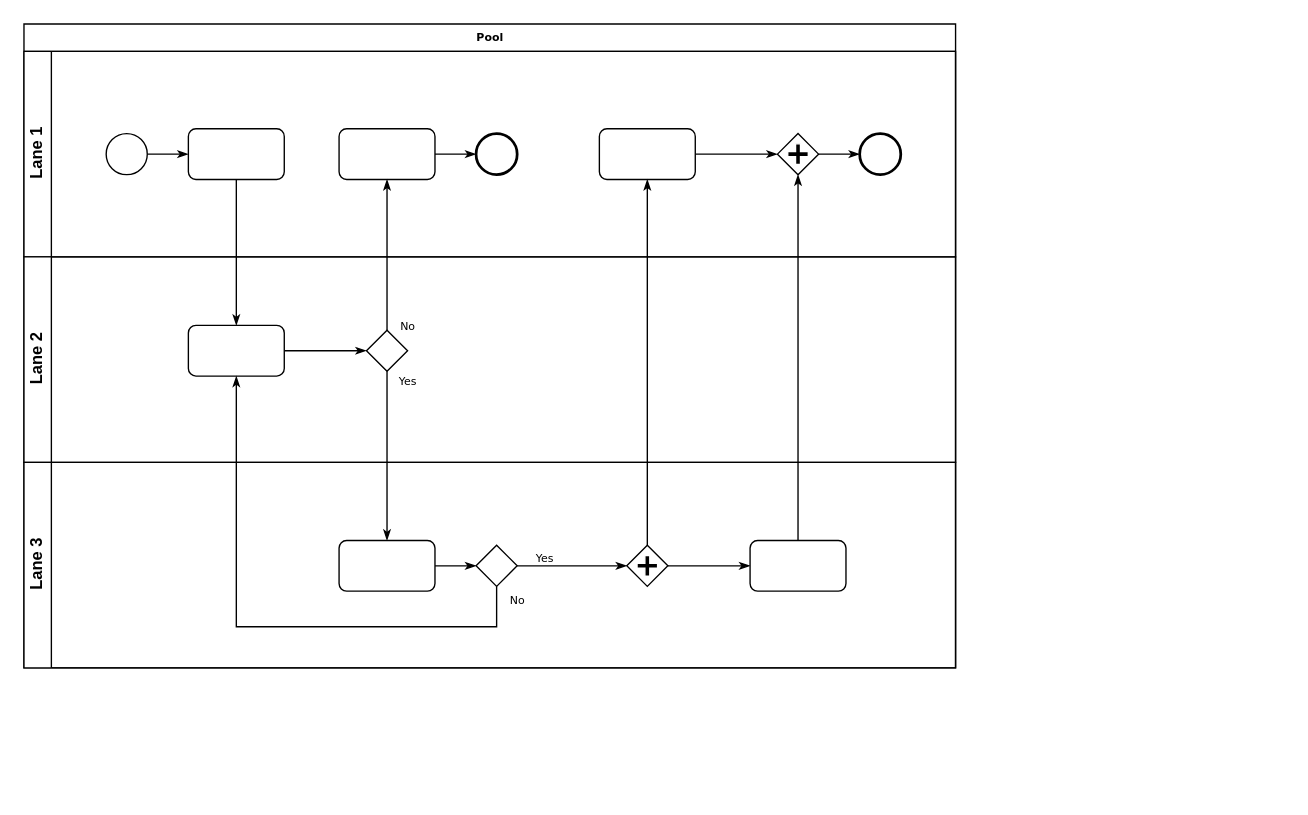
Above: ServiceOperation.drawio in baptistafabricio87/GGTI (draw.io), before the change. Source tidied: cells renumbered, new cells numbered last; positions are measured from the earlier drawing's top-left corner, leaving out a move shared by most shapes. Both pictures are drawn from the tidied source at 137%, with x=0, y=0 at pixel (23, 23).
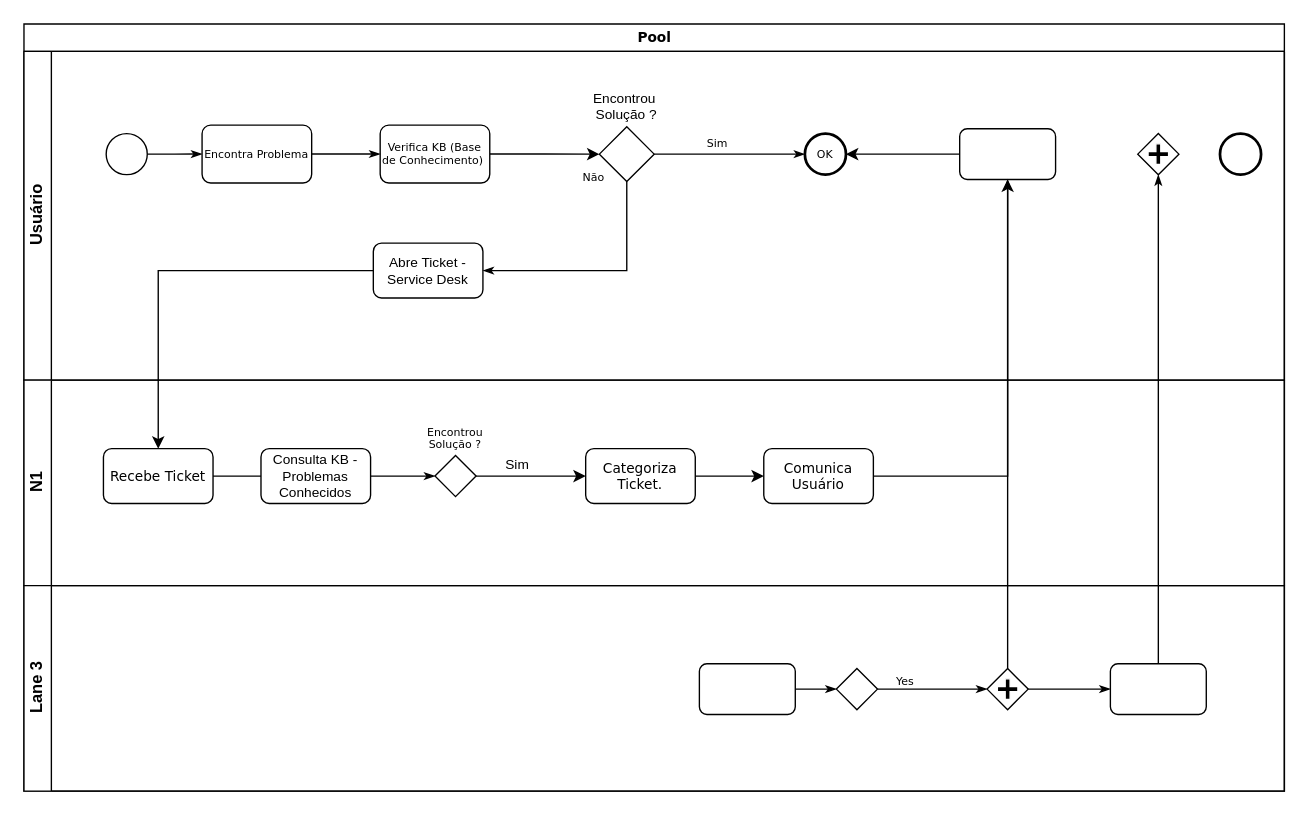
The same diagram, later.

Change to the diagram source:
```diff
@@
-    <mxCell id="2" value="Pool" style="swimlane;html=1;horizontal=1;startSize=20;rounded=0;shadow=0;labelBackgroundColor=none;strokeWidth=1;fontFamily=Verdana;fontSize=8;align=center;" parent="1" vertex="1">
-      <mxGeometry width="680" height="470" as="geometry" />
+    <mxCell id="2" value="Pool" style="swimlane;html=1;horizontal=1;startSize=20;rounded=0;shadow=0;labelBackgroundColor=none;strokeWidth=1;fontFamily=Verdana;fontSize=10;align=center;" parent="1" vertex="1">
+      <mxGeometry width="920" height="560" as="geometry" />
     </mxCell>
-    <mxCell id="3" value="Lane 1" style="swimlane;html=1;startSize=20;horizontal=0;" parent="2" vertex="1">
-      <mxGeometry y="20" width="680" height="150" as="geometry" />
+    <mxCell id="3" value="Usuário" style="swimlane;html=1;startSize=20;horizontal=0;" parent="2" vertex="1">
+      <mxGeometry y="20" width="920" height="240" as="geometry" />
     </mxCell>
@@
-    <mxCell id="6" style="rounded=1;whiteSpace=wrap;html=1;shadow=0;labelBackgroundColor=none;strokeWidth=1;fontFamily=Verdana;fontSize=8;align=center;" parent="3" vertex="1">
-      <mxGeometry x="120" y="56.5" width="70" height="37" as="geometry" />
+    <mxCell id="6" value="Encontra Problema" style="rounded=1;whiteSpace=wrap;html=1;shadow=0;labelBackgroundColor=none;strokeWidth=1;fontFamily=Verdana;fontSize=8;align=center;" parent="3" vertex="1">
+      <mxGeometry x="130" y="53.8" width="80" height="42.3" as="geometry" />
     </mxCell>
-    <mxCell id="7" style="edgeStyle=orthogonalEdgeStyle;rounded=0;html=1;labelBackgroundColor=none;startArrow=none;startFill=0;startSize=5;endArrow=classicThin;endFill=1;endSize=5;jettySize=auto;strokeWidth=1;fontFamily=Verdana;fontSize=8;" parent="3" edge="1" source="8" target="9">
+    <mxCell id="7" value="Sim" style="edgeStyle=orthogonalEdgeStyle;rounded=0;html=1;labelBackgroundColor=none;startArrow=none;startFill=0;startSize=5;endArrow=classicThin;endFill=1;endSize=5;jettySize=auto;strokeWidth=1;fontFamily=Verdana;fontSize=8;spacingTop=0;spacingBottom=0;labelBorderColor=none;labelPosition=left;verticalLabelPosition=top;align=right;verticalAlign=bottom;" parent="3" edge="1" source="37" target="9">
       <mxGeometry relative="1" as="geometry" />
     </mxCell>
+    <mxCell id="33" style="edgeStyle=orthogonalEdgeStyle;rounded=0;jettySize=auto;html=1;entryX=0;entryY=0.5;entryDx=0;entryDy=0;labelBorderColor=none;fontSize=10;" parent="3" edge="1" source="8" target="37">
+      <mxGeometry relative="1" as="geometry" />
+    </mxCell>
-    <mxCell id="8" style="rounded=1;whiteSpace=wrap;html=1;shadow=0;labelBackgroundColor=none;strokeWidth=1;fontFamily=Verdana;fontSize=8;align=center;" parent="3" vertex="1">
-      <mxGeometry x="230" y="56.5" width="70" height="37" as="geometry" />
+    <mxCell id="8" value="Verifica KB (Base de Conhecimento)&amp;nbsp;" style="rounded=1;whiteSpace=wrap;html=1;shadow=0;labelBackgroundColor=none;strokeWidth=1;fontFamily=Verdana;fontSize=8;align=center;" parent="3" vertex="1">
+      <mxGeometry x="260" y="53.8" width="80" height="42.3" as="geometry" />
     </mxCell>
-    <mxCell id="9" style="ellipse;whiteSpace=wrap;html=1;rounded=0;shadow=0;labelBackgroundColor=none;strokeWidth=2;fontFamily=Verdana;fontSize=8;align=center;" parent="3" vertex="1">
-      <mxGeometry x="330" y="60" width="30" height="30" as="geometry" />
+    <mxCell id="9" value="OK" style="ellipse;whiteSpace=wrap;html=1;rounded=0;shadow=0;labelBackgroundColor=none;strokeWidth=2;fontFamily=Verdana;fontSize=8;align=center;" parent="3" vertex="1">
+      <mxGeometry x="570" y="60" width="30" height="30" as="geometry" />
     </mxCell>
-    <mxCell id="10" style="edgeStyle=orthogonalEdgeStyle;rounded=0;html=1;entryX=0;entryY=0.5;labelBackgroundColor=none;startArrow=none;startFill=0;startSize=5;endArrow=classicThin;endFill=1;endSize=5;jettySize=auto;strokeWidth=1;fontFamily=Verdana;fontSize=8;" parent="3" edge="1" source="11" target="13">
-      <mxGeometry relative="1" as="geometry" />
-    </mxCell>
-    <mxCell id="11" style="rounded=1;whiteSpace=wrap;html=1;shadow=0;labelBackgroundColor=none;strokeWidth=1;fontFamily=Verdana;fontSize=8;align=center;" parent="3" vertex="1">
-      <mxGeometry x="420" y="56.5" width="70" height="37" as="geometry" />
-    </mxCell>
-    <mxCell id="12" style="edgeStyle=orthogonalEdgeStyle;rounded=0;html=1;labelBackgroundColor=none;startArrow=none;startFill=0;startSize=5;endArrow=classicThin;endFill=1;endSize=5;jettySize=auto;strokeWidth=1;fontFamily=Verdana;fontSize=8;" parent="3" edge="1" source="13" target="14">
-      <mxGeometry relative="1" as="geometry" />
-    </mxCell>
-    <mxCell id="13" style="shape=mxgraph.bpmn.shape;html=1;verticalLabelPosition=bottom;labelBackgroundColor=#ffffff;verticalAlign=top;perimeter=rhombusPerimeter;background=gateway;outline=none;symbol=parallelGw;rounded=1;shadow=0;strokeWidth=1;fontFamily=Verdana;fontSize=8;align=center;" parent="3" vertex="1">
-      <mxGeometry x="550" y="60" width="30" height="30" as="geometry" />
-    </mxCell>
     <mxCell id="14" style="ellipse;whiteSpace=wrap;html=1;rounded=0;shadow=0;labelBackgroundColor=none;strokeWidth=2;fontFamily=Verdana;fontSize=8;align=center;" parent="3" vertex="1">
-      <mxGeometry x="610" y="60" width="30" height="30" as="geometry" />
+      <mxGeometry x="873" y="60" width="30" height="30" as="geometry" />
     </mxCell>
+    <mxCell id="27" style="edgeStyle=orthogonalEdgeStyle;rounded=0;html=1;labelBackgroundColor=none;startArrow=none;startFill=0;startSize=5;endArrow=classicThin;endFill=1;endSize=5;jettySize=auto;strokeWidth=1;fontFamily=Verdana;fontSize=8;entryX=0;entryY=0.5;entryDx=0;entryDy=0;" parent="3" edge="1" source="6" target="8">
+      <mxGeometry relative="1" as="geometry" />
+    </mxCell>
+    <mxCell id="34" style="edgeStyle=orthogonalEdgeStyle;rounded=0;jettySize=auto;html=1;entryX=1;entryY=0.5;entryDx=0;entryDy=0;labelBorderColor=none;fontSize=10;" parent="3" edge="1" source="35" target="9">
+      <mxGeometry relative="1" as="geometry" />
+    </mxCell>
+    <mxCell id="35" style="rounded=1;whiteSpace=wrap;html=1;shadow=0;labelBackgroundColor=none;strokeWidth=1;fontFamily=Verdana;fontSize=8;align=center;" parent="3" vertex="1">
+      <mxGeometry x="683" y="56.5" width="70" height="37" as="geometry" />
+    </mxCell>
+    <mxCell id="36" style="shape=mxgraph.bpmn.shape;html=1;verticalLabelPosition=bottom;labelBackgroundColor=#ffffff;verticalAlign=top;perimeter=rhombusPerimeter;background=gateway;outline=none;symbol=parallelGw;rounded=1;shadow=0;strokeWidth=1;fontFamily=Verdana;fontSize=8;align=center;" parent="3" vertex="1">
+      <mxGeometry x="813" y="60" width="30" height="30" as="geometry" />
+    </mxCell>
+    <mxCell id="37" value="Encontrou&amp;nbsp; Solução ?" style="rhombus;whiteSpace=wrap;html=1;fontSize=10;labelPosition=center;verticalLabelPosition=top;align=center;verticalAlign=bottom;" parent="3" vertex="1">
+      <mxGeometry x="420" y="55" width="40" height="40" as="geometry" />
+    </mxCell>
+    <mxCell id="38" value="Abre Ticket - Service Desk" style="rounded=1;whiteSpace=wrap;html=1;fontSize=10;" parent="3" vertex="1">
+      <mxGeometry x="255" y="140" width="80" height="40" as="geometry" />
+    </mxCell>
+    <mxCell id="28" value="Não" style="edgeStyle=orthogonalEdgeStyle;rounded=0;html=1;labelBackgroundColor=none;startArrow=none;startFill=0;startSize=5;endArrow=classicThin;endFill=1;endSize=5;jettySize=auto;strokeWidth=1;fontFamily=Verdana;fontSize=8;exitX=0.5;exitY=1;exitDx=0;exitDy=0;labelBorderColor=none;labelPosition=left;verticalLabelPosition=top;align=right;verticalAlign=bottom;entryX=1;entryY=0.5;entryDx=0;entryDy=0;" parent="3" edge="1" source="37" target="38">
+      <mxGeometry x="-0.94" y="-15" relative="1" as="geometry">
+        <Array as="points">
+          <mxPoint x="440" y="160" />
+        </Array>
+      </mxGeometry>
+    </mxCell>
-    <mxCell id="15" value="Lane 2" style="swimlane;html=1;startSize=20;horizontal=0;" parent="2" vertex="1">
-      <mxGeometry y="170" width="680" height="150" as="geometry" />
+    <mxCell id="15" value="N1" style="swimlane;html=1;startSize=20;horizontal=0;spacing=0;labelPosition=center;verticalLabelPosition=middle;align=center;verticalAlign=middle;" parent="2" vertex="1">
+      <mxGeometry y="260" width="920" height="150" as="geometry" />
     </mxCell>
-    <mxCell id="16" style="edgeStyle=orthogonalEdgeStyle;rounded=0;html=1;labelBackgroundColor=none;startArrow=none;startFill=0;startSize=5;endArrow=classicThin;endFill=1;endSize=5;jettySize=auto;strokeWidth=1;fontFamily=Verdana;fontSize=8;" parent="15" edge="1" source="17" target="18">
+    <mxCell id="16" style="edgeStyle=orthogonalEdgeStyle;rounded=0;html=1;labelBackgroundColor=none;startArrow=none;startFill=0;startSize=5;endArrow=classicThin;endFill=1;endSize=5;jettySize=auto;strokeWidth=1;fontFamily=Verdana;fontSize=8;" parent="15" edge="1" source="39" target="18">
       <mxGeometry relative="1" as="geometry" />
     </mxCell>
-    <mxCell id="17" style="rounded=1;whiteSpace=wrap;html=1;shadow=0;labelBackgroundColor=none;strokeWidth=1;fontFamily=Verdana;fontSize=8;align=center;" parent="15" vertex="1">
-      <mxGeometry x="120" y="50" width="70" height="37" as="geometry" />
+    <mxCell id="17" value="Recebe Ticket" style="rounded=1;whiteSpace=wrap;html=1;shadow=0;labelBackgroundColor=none;strokeWidth=1;fontFamily=Verdana;fontSize=10;align=center;" parent="15" vertex="1">
+      <mxGeometry x="58" y="50" width="80" height="40" as="geometry" />
     </mxCell>
-    <mxCell id="18" style="strokeWidth=1;html=1;shape=mxgraph.flowchart.decision;whiteSpace=wrap;rounded=1;shadow=0;labelBackgroundColor=none;fontFamily=Verdana;fontSize=8;align=center;" parent="15" vertex="1">
-      <mxGeometry x="250" y="53.5" width="30" height="30" as="geometry" />
+    <mxCell id="18" value="Encontrou Solução ?" style="strokeWidth=1;html=1;shape=mxgraph.flowchart.decision;whiteSpace=wrap;rounded=1;shadow=0;labelBackgroundColor=none;fontFamily=Verdana;fontSize=8;align=center;labelPosition=center;verticalLabelPosition=top;verticalAlign=bottom;" parent="15" vertex="1">
+      <mxGeometry x="300" y="55" width="30" height="30" as="geometry" />
     </mxCell>
+    <mxCell id="39" value="Consulta KB - Problemas Conhecidos" style="rounded=1;whiteSpace=wrap;html=1;fontSize=10;" parent="15" vertex="1">
+      <mxGeometry x="173" y="50" width="80" height="40" as="geometry" />
+    </mxCell>
+    <mxCell id="40" style="edgeStyle=orthogonalEdgeStyle;rounded=0;html=1;labelBackgroundColor=none;startArrow=none;startFill=0;startSize=5;endArrow=none;endFill=1;endSize=5;jettySize=auto;strokeWidth=1;fontFamily=Verdana;fontSize=8;" parent="15" edge="1" source="17" target="39">
+      <mxGeometry relative="1" as="geometry" />
+    </mxCell>
+    <mxCell id="41" value="&lt;font style=&quot;font-size: 10px;&quot;&gt;Comunica Usuário&lt;br&gt;&lt;/font&gt;" style="whiteSpace=wrap;html=1;fontSize=8;fontFamily=Verdana;strokeWidth=1;rounded=1;shadow=0;labelBackgroundColor=none;" parent="15" vertex="1">
+      <mxGeometry x="540" y="50" width="80" height="40" as="geometry" />
+    </mxCell>
+    <mxCell id="42" value="&lt;font style=&quot;font-size: 10px;&quot;&gt;Categoriza Ticket.&lt;/font&gt;" style="whiteSpace=wrap;html=1;fontSize=8;fontFamily=Verdana;strokeWidth=1;rounded=1;shadow=0;labelBackgroundColor=none;" parent="15" vertex="1">
+      <mxGeometry x="410" y="50" width="80" height="40" as="geometry" />
+    </mxCell>
+    <mxCell id="43" value="Sim" style="edgeStyle=orthogonalEdgeStyle;rounded=0;jettySize=auto;html=1;labelBorderColor=none;fontSize=10;labelPosition=left;verticalLabelPosition=top;align=right;verticalAlign=bottom;" parent="15" edge="1" source="18" target="42">
+      <mxGeometry relative="1" as="geometry" />
+    </mxCell>
+    <mxCell id="44" style="edgeStyle=orthogonalEdgeStyle;rounded=0;jettySize=auto;html=1;labelBorderColor=none;fontSize=10;" parent="15" edge="1" source="42" target="41">
+      <mxGeometry relative="1" as="geometry" />
+    </mxCell>
     <mxCell id="19" value="Lane 3" style="swimlane;html=1;startSize=20;horizontal=0;" parent="2" vertex="1">
-      <mxGeometry y="320" width="680" height="150" as="geometry" />
+      <mxGeometry y="410" width="920" height="150" as="geometry" />
     </mxCell>
@@
     <mxCell id="21" style="rounded=1;whiteSpace=wrap;html=1;shadow=0;labelBackgroundColor=none;strokeWidth=1;fontFamily=Verdana;fontSize=8;align=center;" parent="19" vertex="1">
-      <mxGeometry x="230" y="57" width="70" height="37" as="geometry" />
+      <mxGeometry x="493" y="57" width="70" height="37" as="geometry" />
     </mxCell>
@@
     <mxCell id="23" style="strokeWidth=1;html=1;shape=mxgraph.flowchart.decision;whiteSpace=wrap;rounded=1;shadow=0;labelBackgroundColor=none;fontFamily=Verdana;fontSize=8;align=center;" parent="19" vertex="1">
-      <mxGeometry x="330" y="60.5" width="30" height="30" as="geometry" />
+      <mxGeometry x="593" y="60.5" width="30" height="30" as="geometry" />
     </mxCell>
@@
     <mxCell id="25" style="shape=mxgraph.bpmn.shape;html=1;verticalLabelPosition=bottom;labelBackgroundColor=#ffffff;verticalAlign=top;perimeter=rhombusPerimeter;background=gateway;outline=none;symbol=parallelGw;rounded=1;shadow=0;strokeWidth=1;fontFamily=Verdana;fontSize=8;align=center;" parent="19" vertex="1">
-      <mxGeometry x="440" y="60.5" width="30" height="30" as="geometry" />
+      <mxGeometry x="703" y="60.5" width="30" height="30" as="geometry" />
     </mxCell>
     <mxCell id="26" style="rounded=1;whiteSpace=wrap;html=1;shadow=0;labelBackgroundColor=none;strokeWidth=1;fontFamily=Verdana;fontSize=8;align=center;" parent="19" vertex="1">
-      <mxGeometry x="530" y="57" width="70" height="37" as="geometry" />
+      <mxGeometry x="793" y="57" width="70" height="37" as="geometry" />
     </mxCell>
-    <mxCell id="27" style="edgeStyle=orthogonalEdgeStyle;rounded=0;html=1;labelBackgroundColor=none;startArrow=none;startFill=0;startSize=5;endArrow=classicThin;endFill=1;endSize=5;jettySize=auto;strokeWidth=1;fontFamily=Verdana;fontSize=8;" parent="2" edge="1" source="6" target="17">
-      <mxGeometry relative="1" as="geometry" />
-    </mxCell>
-    <mxCell id="28" value="No" style="edgeStyle=orthogonalEdgeStyle;rounded=0;html=1;labelBackgroundColor=none;startArrow=none;startFill=0;startSize=5;endArrow=classicThin;endFill=1;endSize=5;jettySize=auto;strokeWidth=1;fontFamily=Verdana;fontSize=8;" parent="2" edge="1" source="18" target="8">
-      <mxGeometry x="-0.94" y="-15" relative="1" as="geometry" />
-    </mxCell>
-    <mxCell id="29" value="Yes" style="edgeStyle=orthogonalEdgeStyle;rounded=0;html=1;labelBackgroundColor=none;startArrow=none;startFill=0;startSize=5;endArrow=classicThin;endFill=1;endSize=5;jettySize=auto;strokeWidth=1;fontFamily=Verdana;fontSize=8;" parent="2" edge="1" source="18" target="21">
-      <mxGeometry x="-0.89" y="15" relative="1" as="geometry" />
-    </mxCell>
-    <mxCell id="30" style="edgeStyle=orthogonalEdgeStyle;rounded=0;html=1;entryX=0.5;entryY=1;labelBackgroundColor=none;startArrow=none;startFill=0;startSize=5;endArrow=classicThin;endFill=1;endSize=5;jettySize=auto;strokeWidth=1;fontFamily=Verdana;fontSize=8;" parent="2" edge="1" source="26" target="13">
-      <mxGeometry relative="1" as="geometry" />
+    <mxCell id="30" style="edgeStyle=orthogonalEdgeStyle;rounded=0;html=1;entryX=0.5;entryY=1;labelBackgroundColor=none;startArrow=none;startFill=0;startSize=5;endArrow=classicThin;endFill=1;endSize=5;jettySize=auto;strokeWidth=1;fontFamily=Verdana;fontSize=8;" parent="2" edge="1" source="26">
+      <mxGeometry relative="1" as="geometry">
+        <mxPoint x="828" y="110" as="targetPoint" />
+      </mxGeometry>
     </mxCell>
-    <mxCell id="31" value="No" style="edgeStyle=orthogonalEdgeStyle;rounded=0;html=1;labelBackgroundColor=none;startArrow=none;startFill=0;startSize=5;endArrow=classicThin;endFill=1;endSize=5;jettySize=auto;strokeWidth=1;fontFamily=Verdana;fontSize=8;" parent="2" edge="1" source="23" target="17">
-      <mxGeometry x="-0.95" y="15" relative="1" as="geometry">
-        <Array as="points">
-          <mxPoint x="345" y="440" />
-          <mxPoint x="155" y="440" />
-        </Array>
-      </mxGeometry>
-    </mxCell>
-    <mxCell id="32" style="edgeStyle=orthogonalEdgeStyle;rounded=0;html=1;labelBackgroundColor=none;startArrow=none;startFill=0;startSize=5;endArrow=classicThin;endFill=1;endSize=5;jettySize=auto;strokeWidth=1;fontFamily=Verdana;fontSize=8;" parent="2" edge="1" source="25" target="11">
-      <mxGeometry relative="1" as="geometry" />
+    <mxCell id="32" style="edgeStyle=orthogonalEdgeStyle;rounded=0;html=1;labelBackgroundColor=none;startArrow=none;startFill=0;startSize=5;endArrow=classicThin;endFill=1;endSize=5;jettySize=auto;strokeWidth=1;fontFamily=Verdana;fontSize=8;" parent="2" edge="1" source="25">
+      <mxGeometry relative="1" as="geometry">
+        <mxPoint x="718" y="113.5" as="targetPoint" />
+      </mxGeometry>
     </mxCell>
+    <mxCell id="45" style="edgeStyle=orthogonalEdgeStyle;rounded=0;jettySize=auto;html=1;entryX=0.5;entryY=1;entryDx=0;entryDy=0;labelBorderColor=none;fontSize=10;" parent="2" edge="1" source="41" target="35">
+      <mxGeometry relative="1" as="geometry" />
+    </mxCell>
+    <mxCell id="46" style="edgeStyle=orthogonalEdgeStyle;rounded=0;jettySize=auto;html=1;entryX=0.5;entryY=0;entryDx=0;entryDy=0;labelBorderColor=none;fontSize=10;" parent="2" edge="1" source="38" target="17">
+      <mxGeometry relative="1" as="geometry" />
+    </mxCell>
```
